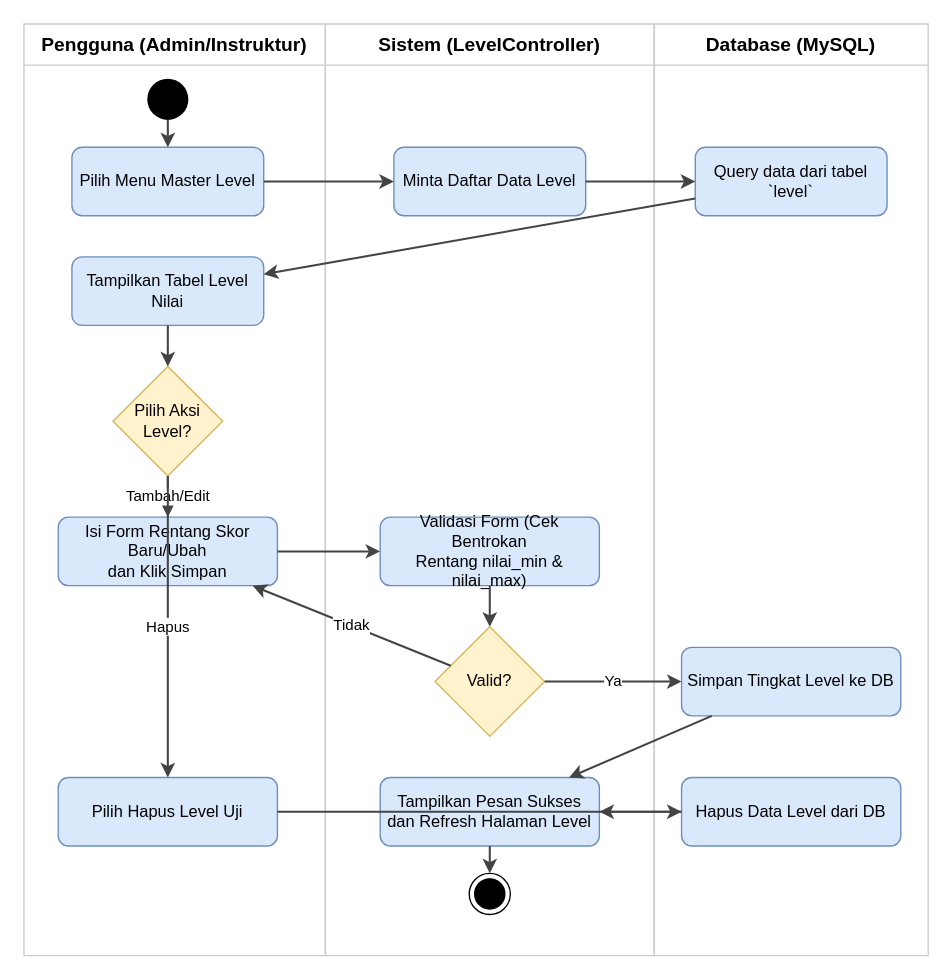
Before: page "Level" (3 of 7) of docs/activity.drawio in fikriks/quiz-shift-web, a draw.io diagram. Source tidied: cells renumbered, new cells numbered last; positions are measured from the earlier drawing's top-left corner, leaving out a move shared by most shapes. Both pictures are drawn from the tidied source at 137%, with x=0, y=0 at pixel (23, 23).
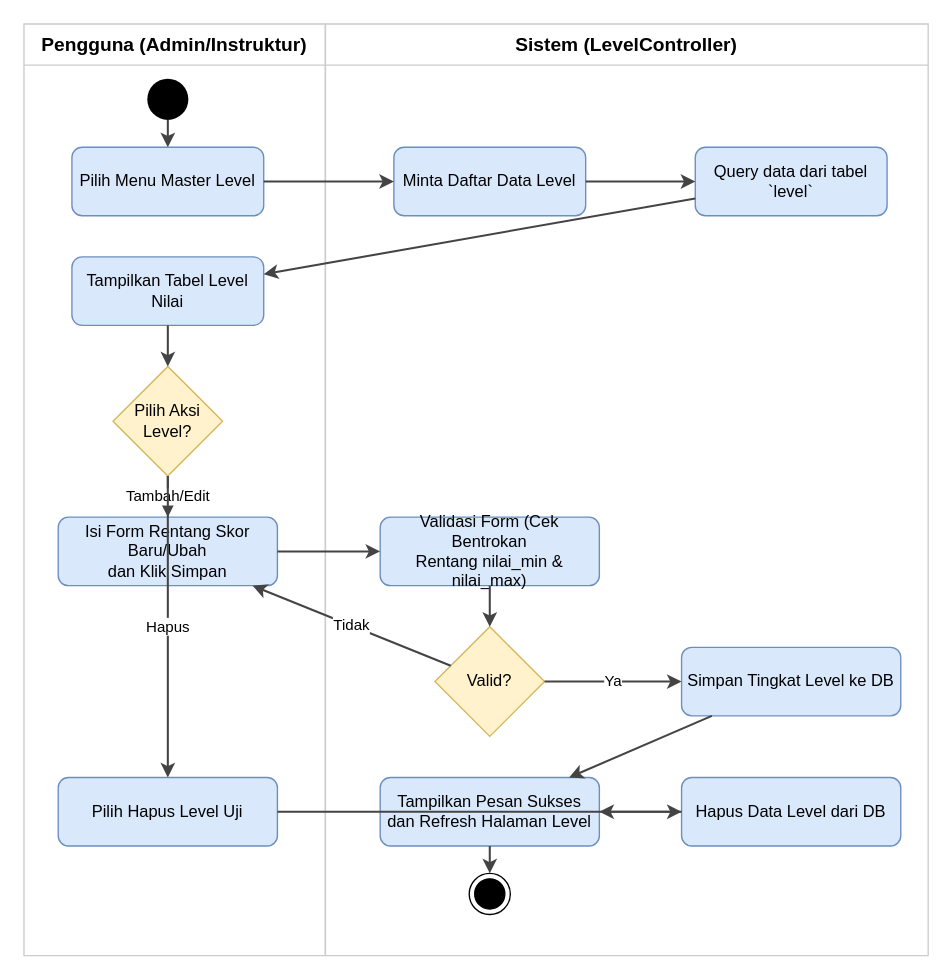
Above is the later version.

The edit, as a diff of the source:
```diff
@@
     <mxCell id="3" value="Sistem (LevelController)" style="swimlane;whiteSpace=wrap;html=1;fillColor=none;strokeColor=#cccccc;startSize=30;fontSize=14;fontStyle=1;" parent="1" vertex="1">
-      <mxGeometry x="220" width="240" height="680" as="geometry" />
+      <mxGeometry x="220" width="440" height="680" as="geometry" />
     </mxCell>
-    <mxCell id="4" value="Database (MySQL)" style="swimlane;whiteSpace=wrap;html=1;fillColor=none;strokeColor=#cccccc;startSize=30;fontSize=14;fontStyle=1;" parent="1" vertex="1">
-      <mxGeometry x="460" width="200" height="680" as="geometry" />
-    </mxCell>
```
